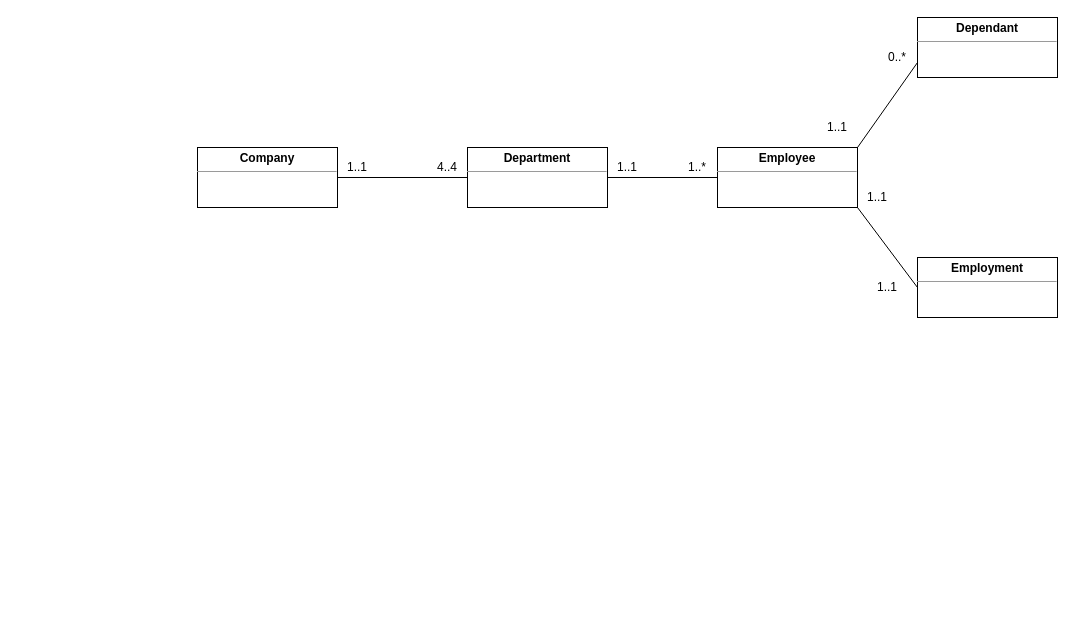
Above: FDMPasstask3.drawio in LastMinuteBanter/DistinctionTaskUML (draw.io), before the change. Source tidied: cells renumbered, new cells numbered last; positions are measured from the earlier drawing's top-left corner, leaving out a move shared by most shapes. Both pictures are drawn from the tidied source at 100%, with x=0, y=0 at pixel (197, 17).
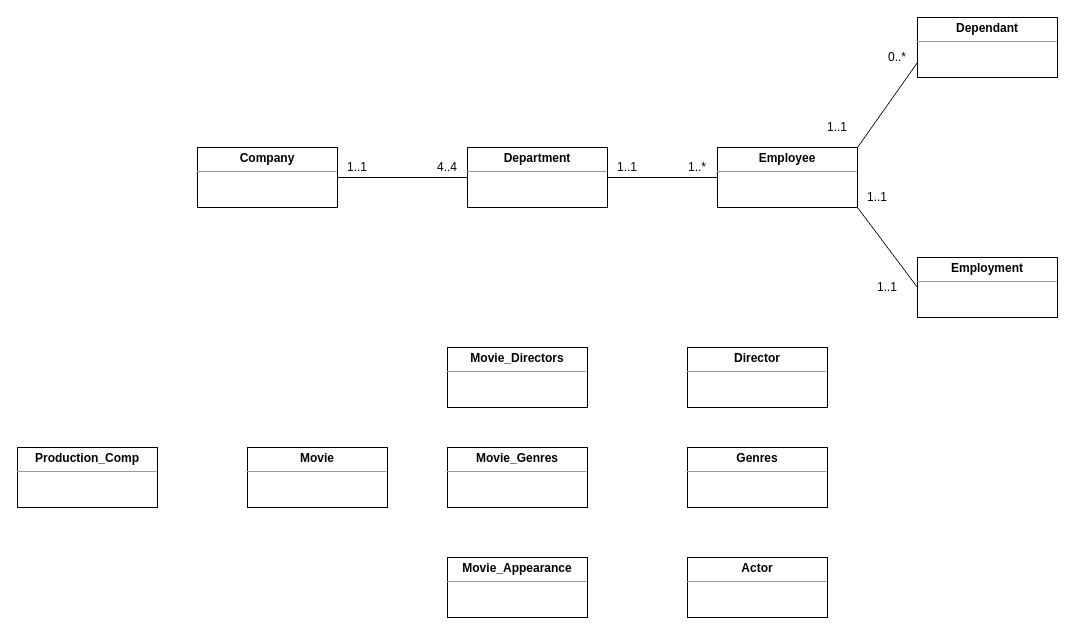
After the change.

The edit, as a diff of the source:
```diff
@@
+    <mxCell id="19" value="&lt;p style=&quot;margin: 0px ; margin-top: 4px ; text-align: center&quot;&gt;&lt;b&gt;Movie&lt;/b&gt;&lt;br&gt;&lt;/p&gt;&lt;hr size=&quot;1&quot;&gt;&lt;div style=&quot;height: 2px&quot;&gt;&lt;/div&gt;" style="verticalAlign=top;align=left;overflow=fill;fontSize=12;fontFamily=Helvetica;html=1;" parent="1" vertex="1">
+      <mxGeometry x="50" y="430" width="140" height="60" as="geometry" />
+    </mxCell>
+    <mxCell id="20" value="&lt;p style=&quot;margin: 0px ; margin-top: 4px ; text-align: center&quot;&gt;&lt;b&gt;Production_Comp&lt;/b&gt;&lt;br&gt;&lt;/p&gt;&lt;hr size=&quot;1&quot;&gt;&lt;div style=&quot;height: 2px&quot;&gt;&lt;/div&gt;" style="verticalAlign=top;align=left;overflow=fill;fontSize=12;fontFamily=Helvetica;html=1;" parent="1" vertex="1">
+      <mxGeometry x="-180" y="430" width="140" height="60" as="geometry" />
+    </mxCell>
+    <mxCell id="21" value="&lt;p style=&quot;margin: 0px ; margin-top: 4px ; text-align: center&quot;&gt;&lt;b&gt;Genres&lt;/b&gt;&lt;br&gt;&lt;/p&gt;&lt;hr size=&quot;1&quot;&gt;&lt;div style=&quot;height: 2px&quot;&gt;&lt;/div&gt;" style="verticalAlign=top;align=left;overflow=fill;fontSize=12;fontFamily=Helvetica;html=1;" parent="1" vertex="1">
+      <mxGeometry x="490" y="430" width="140" height="60" as="geometry" />
+    </mxCell>
+    <mxCell id="22" value="&lt;p style=&quot;margin: 0px ; margin-top: 4px ; text-align: center&quot;&gt;&lt;b&gt;Director&lt;/b&gt;&lt;br&gt;&lt;/p&gt;&lt;hr size=&quot;1&quot;&gt;&lt;div style=&quot;height: 2px&quot;&gt;&lt;/div&gt;" style="verticalAlign=top;align=left;overflow=fill;fontSize=12;fontFamily=Helvetica;html=1;" parent="1" vertex="1">
+      <mxGeometry x="490" y="330" width="140" height="60" as="geometry" />
+    </mxCell>
+    <mxCell id="23" value="&lt;p style=&quot;margin: 0px ; margin-top: 4px ; text-align: center&quot;&gt;&lt;b&gt;Actor&lt;/b&gt;&lt;br&gt;&lt;/p&gt;&lt;hr size=&quot;1&quot;&gt;&lt;div style=&quot;height: 2px&quot;&gt;&lt;/div&gt;" style="verticalAlign=top;align=left;overflow=fill;fontSize=12;fontFamily=Helvetica;html=1;" parent="1" vertex="1">
+      <mxGeometry x="490" y="540" width="140" height="60" as="geometry" />
+    </mxCell>
+    <mxCell id="24" value="&lt;p style=&quot;margin: 0px ; margin-top: 4px ; text-align: center&quot;&gt;&lt;b&gt;Movie_Appearance&lt;/b&gt;&lt;br&gt;&lt;/p&gt;&lt;hr size=&quot;1&quot;&gt;&lt;div style=&quot;height: 2px&quot;&gt;&lt;/div&gt;" style="verticalAlign=top;align=left;overflow=fill;fontSize=12;fontFamily=Helvetica;html=1;" parent="1" vertex="1">
+      <mxGeometry x="250" y="540" width="140" height="60" as="geometry" />
+    </mxCell>
+    <mxCell id="25" value="&lt;p style=&quot;margin: 0px ; margin-top: 4px ; text-align: center&quot;&gt;&lt;b&gt;Movie_Genres&lt;/b&gt;&lt;br&gt;&lt;/p&gt;&lt;hr size=&quot;1&quot;&gt;&lt;div style=&quot;height: 2px&quot;&gt;&lt;/div&gt;" style="verticalAlign=top;align=left;overflow=fill;fontSize=12;fontFamily=Helvetica;html=1;" parent="1" vertex="1">
+      <mxGeometry x="250" y="430" width="140" height="60" as="geometry" />
+    </mxCell>
+    <mxCell id="26" value="&lt;p style=&quot;margin: 0px ; margin-top: 4px ; text-align: center&quot;&gt;&lt;b&gt;Movie_Directors&lt;/b&gt;&lt;br&gt;&lt;/p&gt;&lt;hr size=&quot;1&quot;&gt;&lt;div style=&quot;height: 2px&quot;&gt;&lt;/div&gt;" style="verticalAlign=top;align=left;overflow=fill;fontSize=12;fontFamily=Helvetica;html=1;" parent="1" vertex="1">
+      <mxGeometry x="250" y="330" width="140" height="60" as="geometry" />
+    </mxCell>
```
